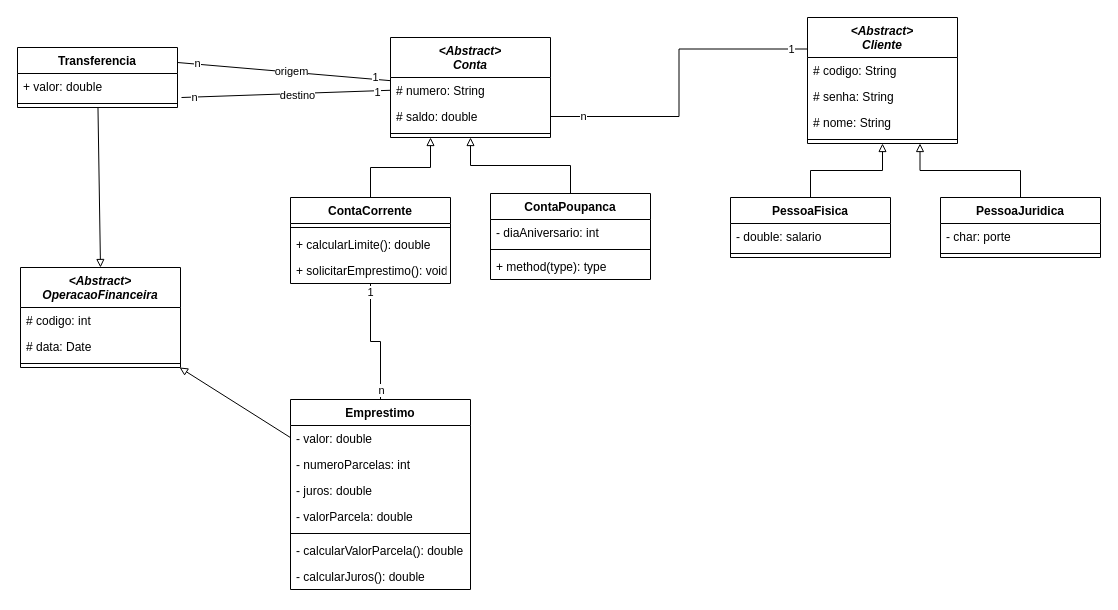
The draw.io diagram DiagramaClasses.drawio in helderseixas/2020-1-POO-EstudoCaso, before the edit. Source tidied: cells renumbered, new cells numbered last; positions are measured from the earlier drawing's top-left corner, leaving out a move shared by most shapes. Both pictures are drawn from the tidied source at 100%, with x=0, y=0 at pixel (17, 17).
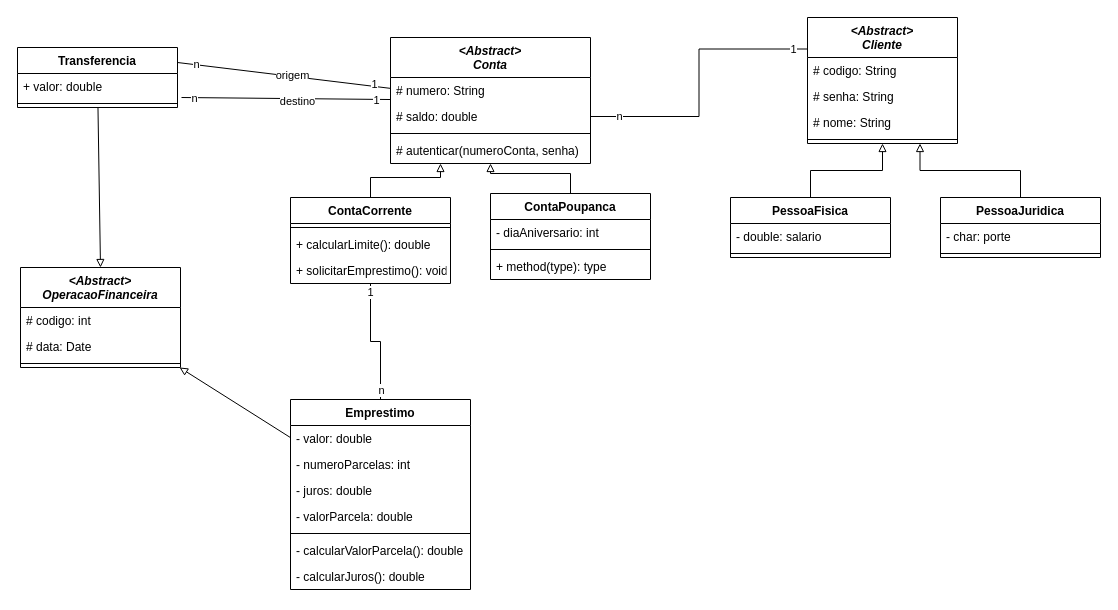
The same page after the edit.

What changed in the source:
```diff
@@
     <mxCell id="15" value="&lt;Abstract&gt;&#10;Conta" style="swimlane;fontStyle=3;align=center;verticalAlign=top;horizontal=1;startSize=40;" parent="1" vertex="1">
-      <mxGeometry x="373" y="20" width="160" height="100" as="geometry" />
+      <mxGeometry x="373" y="20" width="200" height="126" as="geometry" />
     </mxCell>
     <mxCell id="16" value="# numero: String" style="text;strokeColor=none;fillColor=none;align=left;verticalAlign=top;spacingLeft=4;spacingRight=4;overflow=hidden;" parent="15" vertex="1">
-      <mxGeometry y="40" width="160" height="26" as="geometry" />
+      <mxGeometry y="40" width="200" height="26" as="geometry" />
     </mxCell>
     <mxCell id="17" value="# saldo: double" style="text;strokeColor=none;fillColor=none;align=left;verticalAlign=top;spacingLeft=4;spacingRight=4;overflow=hidden;points=[[0,0.5],[1,0.5]];portConstraint=eastwest;" parent="15" vertex="1">
-      <mxGeometry y="66" width="160" height="26" as="geometry" />
+      <mxGeometry y="66" width="200" height="26" as="geometry" />
     </mxCell>
     <mxCell id="18" style="line;strokeWidth=1;fillColor=none;align=left;verticalAlign=middle;spacingTop=-1;spacingLeft=3;spacingRight=3;labelPosition=right;" parent="15" vertex="1">
-      <mxGeometry y="92" width="160" height="8" as="geometry" />
+      <mxGeometry y="92" width="200" height="8" as="geometry" />
     </mxCell>
+    <mxCell id="60" value="# autenticar(numeroConta, senha)" style="text;strokeColor=none;fillColor=none;align=left;verticalAlign=top;spacingLeft=4;spacingRight=4;overflow=hidden;" parent="15" vertex="1">
+      <mxGeometry y="100" width="200" height="26" as="geometry" />
+    </mxCell>
```
